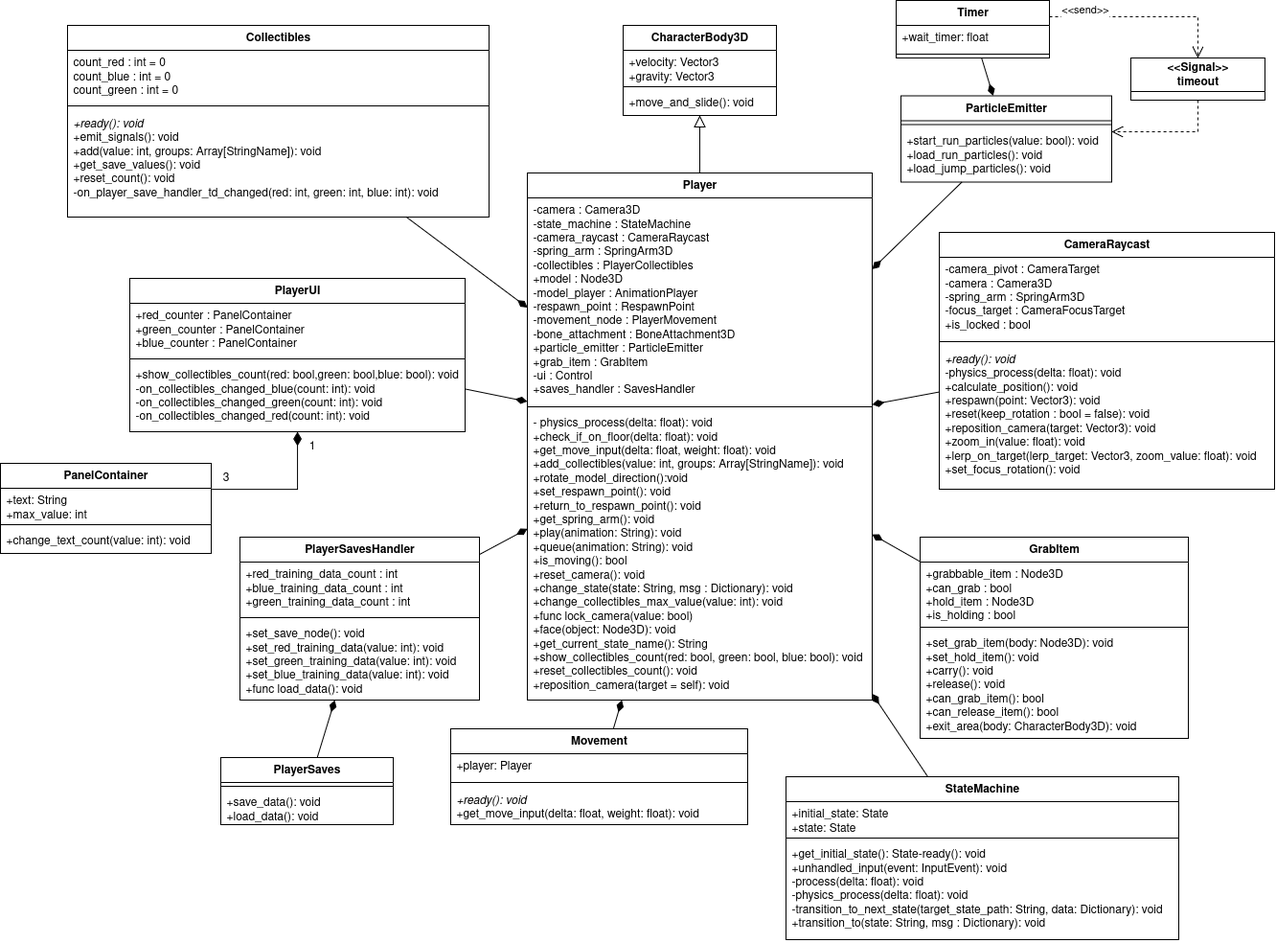
Above: Documentazione/source/imgs/class-player.png in fliposab/ProgettoStage (draw.io), before the change. Source tidied: cells renumbered, new cells last; positions are measured from the earlier drawing's top-left corner, leaving out a move shared by most shapes.
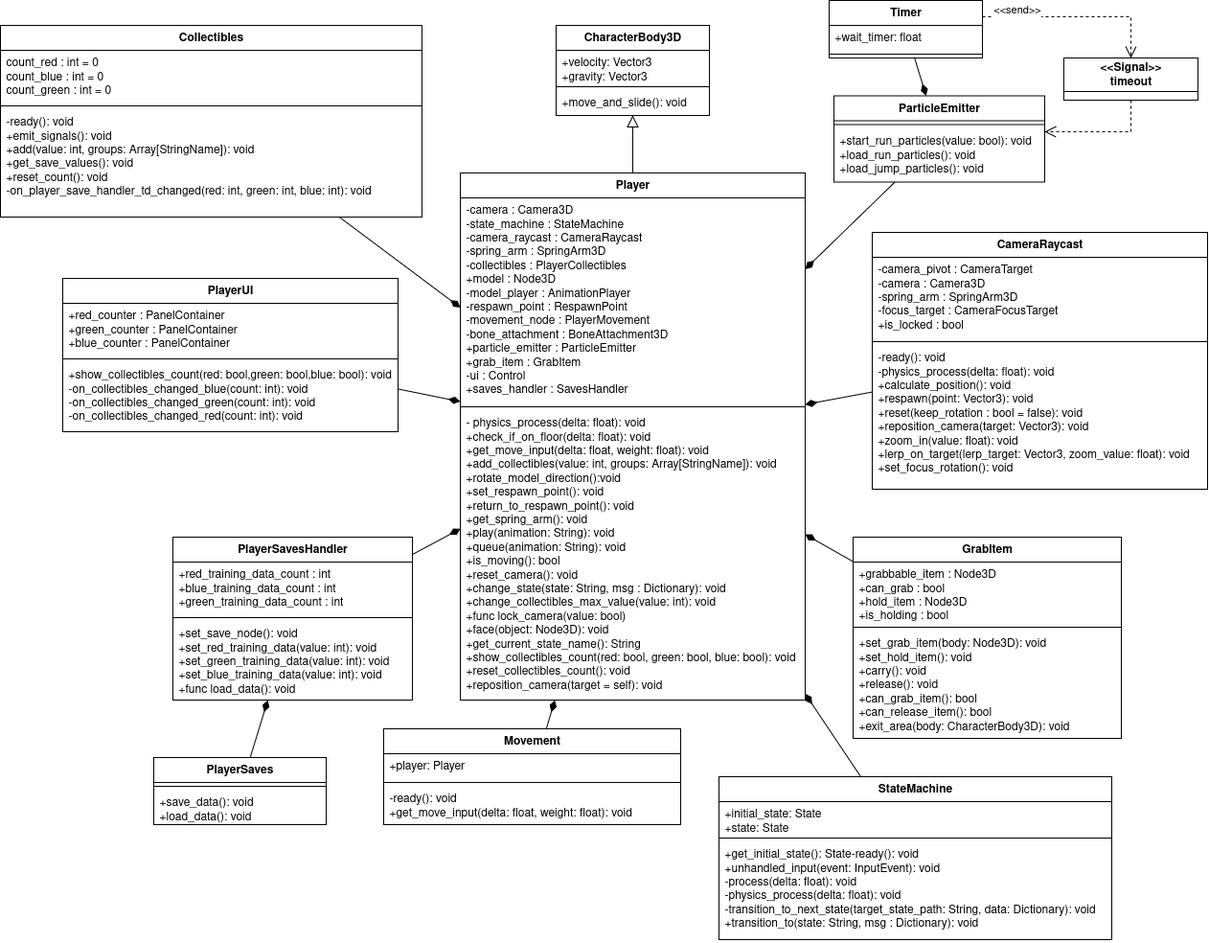
After the change.

Diff of the diagram source:
```diff
@@ -86,7 +86,7 @@
     <mxCell id="29" style="line;strokeWidth=1;fillColor=none;align=left;verticalAlign=middle;spacingTop=-1;spacingLeft=3;spacingRight=3;labelPosition=right;strokeColor=inherit;" parent="27" vertex="1">
       <mxGeometry y="110" width="350" height="8" as="geometry" />
     </mxCell>
-    <mxCell id="30" value="&lt;i&gt;+ready(): void&lt;/i&gt;&lt;br&gt;-physics_process(delta: float): void&lt;br&gt;+calculate_position(): void&lt;br&gt;+respawn(point: Vector3): void&lt;br&gt;&lt;div&gt;+reset(keep_rotation : bool = false): void&lt;/div&gt;&lt;div&gt;+reposition_camera(target: Vector3): void&lt;/div&gt;+zoom_in(value: float): void&lt;br&gt;+lerp_on_target(lerp_target: Vector3, zoom_value: float): void&lt;br&gt;+set_focus_rotation(): void" style="text;strokeColor=none;fillColor=none;align=left;verticalAlign=top;spacingLeft=4;spacingRight=4;overflow=hidden;whiteSpace=wrap;html=1;" parent="27" vertex="1">
+    <mxCell id="30" value="-ready(): void&lt;br&gt;-physics_process(delta: float): void&lt;br&gt;+calculate_position(): void&lt;br&gt;+respawn(point: Vector3): void&lt;br&gt;&lt;div&gt;+reset(keep_rotation : bool = false): void&lt;/div&gt;&lt;div&gt;+reposition_camera(target: Vector3): void&lt;/div&gt;+zoom_in(value: float): void&lt;br&gt;+lerp_on_target(lerp_target: Vector3, zoom_value: float): void&lt;br&gt;+set_focus_rotation(): void" style="text;strokeColor=none;fillColor=none;align=left;verticalAlign=top;spacingLeft=4;spacingRight=4;overflow=hidden;whiteSpace=wrap;html=1;" parent="27" vertex="1">
       <mxGeometry y="118" width="350" height="150" as="geometry" />
     </mxCell>
     <mxCell id="31" value="StateMachine" style="swimlane;fontStyle=1;align=center;verticalAlign=top;horizontal=1;startSize=26;whiteSpace=wrap;html=1;" parent="1" vertex="1">
@@ -110,7 +110,7 @@
     <mxCell id="37" style="line;strokeWidth=1;fillColor=none;align=left;verticalAlign=middle;spacingTop=-1;spacingLeft=3;spacingRight=3;labelPosition=right;strokeColor=inherit;" parent="35" vertex="1">
       <mxGeometry y="80" width="440" height="8" as="geometry" />
     </mxCell>
-    <mxCell id="38" value="&lt;i&gt;+ready(): void&lt;/i&gt;&lt;br&gt;+emit_signals(): void&lt;br&gt;+add(value: int, groups: Array[StringName]): void&lt;br&gt;+get_save_values(): void&lt;br&gt;+reset_count(): void&lt;br&gt;-on_player_save_handler_td_changed(red: int, green: int, blue: int): void" style="text;strokeColor=none;fillColor=none;align=left;verticalAlign=top;spacingLeft=4;spacingRight=4;overflow=hidden;whiteSpace=wrap;html=1;" parent="35" vertex="1">
+    <mxCell id="38" value="-ready(): void&lt;br&gt;+emit_signals(): void&lt;br&gt;+add(value: int, groups: Array[StringName]): void&lt;br&gt;+get_save_values(): void&lt;br&gt;+reset_count(): void&lt;br&gt;-on_player_save_handler_td_changed(red: int, green: int, blue: int): void" style="text;strokeColor=none;fillColor=none;align=left;verticalAlign=top;spacingLeft=4;spacingRight=4;overflow=hidden;whiteSpace=wrap;html=1;" parent="35" vertex="1">
       <mxGeometry y="88" width="440" height="112" as="geometry" />
     </mxCell>
     <mxCell id="39" value="Movement" style="swimlane;fontStyle=1;align=center;verticalAlign=top;horizontal=1;startSize=26;whiteSpace=wrap;html=1;" parent="1" vertex="1">
@@ -122,7 +122,7 @@
     <mxCell id="41" style="line;strokeWidth=1;fillColor=none;align=left;verticalAlign=middle;spacingTop=-1;spacingLeft=3;spacingRight=3;labelPosition=right;strokeColor=inherit;" parent="39" vertex="1">
       <mxGeometry y="52" width="310" height="8" as="geometry" />
     </mxCell>
-    <mxCell id="42" value="&lt;div&gt;&lt;i&gt;+ready(): void&lt;/i&gt;&lt;/div&gt;&lt;div&gt;+get_move_input(delta: float, weight: float): void&lt;/div&gt;" style="text;strokeColor=none;fillColor=none;align=left;verticalAlign=top;spacingLeft=4;spacingRight=4;overflow=hidden;whiteSpace=wrap;html=1;" parent="39" vertex="1">
+    <mxCell id="42" value="&lt;div&gt;-ready(): void&lt;/div&gt;&lt;div&gt;+get_move_input(delta: float, weight: float): void&lt;/div&gt;" style="text;strokeColor=none;fillColor=none;align=left;verticalAlign=top;spacingLeft=4;spacingRight=4;overflow=hidden;whiteSpace=wrap;html=1;" parent="39" vertex="1">
       <mxGeometry y="60" width="310" height="40" as="geometry" />
     </mxCell>
     <mxCell id="43" style="rounded=0;jettySize=auto;html=1;endArrow=diamondThin;endFill=1;endSize=10;" parent="1" edge="1" source="15" target="3">
@@ -158,64 +158,39 @@
     <mxCell id="53" value="+show_collectibles_count(red: bool,green: bool,blue: bool): void&lt;br&gt;-on_collectibles_changed_blue(count: int): void&lt;br&gt;-on_collectibles_changed_green(count: int): void&lt;br&gt;-on_collectibles_changed_red(count: int): void" style="text;strokeColor=none;fillColor=none;align=left;verticalAlign=top;spacingLeft=4;spacingRight=4;overflow=hidden;whiteSpace=wrap;html=1;" parent="50" vertex="1">
       <mxGeometry y="88" width="350" height="72" as="geometry" />
     </mxCell>
-    <mxCell id="54" style="edgeStyle=orthogonalEdgeStyle;rounded=0;jettySize=auto;html=1;endArrow=diamondThin;endFill=1;endSize=12;" parent="1" edge="1" source="55" target="50">
+    <mxCell id="54" style="edgeStyle=orthogonalEdgeStyle;rounded=0;jettySize=auto;html=1;dashed=1;endArrow=open;endFill=0;endSize=10;" parent="1" edge="1" source="56" target="59">
       <mxGeometry relative="1" as="geometry">
         <Array as="points">
-          <mxPoint x="310" y="510" />
+          <mxPoint x="1250" y="17" />
         </Array>
       </mxGeometry>
     </mxCell>
-    <mxCell id="55" value="PanelContainer" style="swimlane;fontStyle=1;align=center;verticalAlign=top;horizontal=1;startSize=26;whiteSpace=wrap;html=1;" parent="1" vertex="1">
-      <mxGeometry y="483" width="220" height="94" as="geometry" />
+    <mxCell id="55" value="&amp;lt;&amp;lt;send&amp;gt;&amp;gt;" style="edgeLabel;html=1;align=center;verticalAlign=middle;points=[];" parent="54" vertex="1">
+      <mxGeometry x="-0.23" y="-4" relative="1" as="geometry">
+        <mxPoint x="-40" y="-12" as="offset" />
+      </mxGeometry>
     </mxCell>
-    <mxCell id="56" value="&lt;div&gt;+text: String&lt;/div&gt;&lt;div&gt;+max_value: int&lt;/div&gt;" style="text;strokeColor=none;fillColor=none;align=left;verticalAlign=top;spacingLeft=4;spacingRight=4;overflow=hidden;points=[[0,0.5],[1,0.5]];portConstraint=eastwest;whiteSpace=wrap;html=1;" parent="55" vertex="1">
-      <mxGeometry y="26" width="220" height="34" as="geometry" />
+    <mxCell id="56" value="Timer" style="swimlane;fontStyle=1;align=center;verticalAlign=top;horizontal=1;startSize=26;whiteSpace=wrap;html=1;" parent="1" vertex="1">
+      <mxGeometry x="935" width="160" height="60" as="geometry" />
     </mxCell>
-    <mxCell id="57" style="line;strokeWidth=1;fillColor=none;align=left;verticalAlign=middle;spacingTop=-1;spacingLeft=3;spacingRight=3;labelPosition=right;strokeColor=inherit;" parent="55" vertex="1">
-      <mxGeometry y="60" width="220" height="8" as="geometry" />
+    <mxCell id="57" value="+wait_timer: float" style="text;strokeColor=none;fillColor=none;align=left;verticalAlign=top;spacingLeft=4;spacingRight=4;overflow=hidden;whiteSpace=wrap;html=1;" parent="56" vertex="1">
+      <mxGeometry y="26" width="160" height="26" as="geometry" />
     </mxCell>
-    <mxCell id="58" value="+change_text_count(value: int): void" style="text;strokeColor=none;fillColor=none;align=left;verticalAlign=top;spacingLeft=4;spacingRight=4;overflow=hidden;whiteSpace=wrap;html=1;" parent="55" vertex="1">
-      <mxGeometry y="68" width="220" height="26" as="geometry" />
+    <mxCell id="58" style="line;strokeWidth=1;fillColor=none;align=left;verticalAlign=middle;spacingTop=-1;spacingLeft=3;spacingRight=3;labelPosition=right;strokeColor=inherit;" parent="56" vertex="1">
+      <mxGeometry y="52" width="160" height="8" as="geometry" />
     </mxCell>
-    <mxCell id="59" style="edgeStyle=orthogonalEdgeStyle;rounded=0;jettySize=auto;html=1;dashed=1;endArrow=open;endFill=0;endSize=10;" parent="1" edge="1" source="61" target="64">
-      <mxGeometry relative="1" as="geometry">
-        <Array as="points">
-          <mxPoint x="1250" y="17" />
-        </Array>
-      </mxGeometry>
+    <mxCell id="59" value="&lt;div&gt;&lt;b&gt;&amp;lt;&amp;lt;Signal&amp;gt;&amp;gt;&lt;/b&gt;&lt;/div&gt;&lt;div&gt;&lt;b&gt;timeout&lt;/b&gt;&lt;/div&gt;" style="swimlane;fontStyle=0;horizontal=1;startSize=35;fillColor=none;whiteSpace=wrap;html=1;" parent="1" vertex="1">
+      <mxGeometry x="1180" y="60" width="140" height="44" as="geometry" />
     </mxCell>
-    <mxCell id="60" value="&amp;lt;&amp;lt;send&amp;gt;&amp;gt;" style="edgeLabel;html=1;align=center;verticalAlign=middle;" parent="59" vertex="1">
-      <mxGeometry x="-0.23" y="-4" relative="1" as="geometry">
-        <mxPoint x="-40" y="-12" as="offset" />
+    <mxCell id="60" style="edgeStyle=orthogonalEdgeStyle;rounded=0;jettySize=auto;html=1;dashed=1;endArrow=open;endFill=0;endSize=10;" parent="1" edge="1" source="59" target="12">
+      <mxGeometry relative="1" as="geometry">
+        <Array as="points">
+          <mxPoint x="1250" y="137" />
+        </Array>
       </mxGeometry>
     </mxCell>
-    <mxCell id="61" value="Timer" style="swimlane;fontStyle=1;align=center;verticalAlign=top;horizontal=1;startSize=26;whiteSpace=wrap;html=1;" parent="1" vertex="1">
-      <mxGeometry x="935" width="160" height="60" as="geometry" />
+    <mxCell id="61" style="rounded=0;jettySize=auto;html=1;endArrow=diamondThin;endFill=1;endSize=10;" parent="1" edge="1" source="56" target="12">
+      <mxGeometry relative="1" as="geometry" />
     </mxCell>
-    <mxCell id="62" value="+wait_timer: float" style="text;strokeColor=none;fillColor=none;align=left;verticalAlign=top;spacingLeft=4;spacingRight=4;overflow=hidden;whiteSpace=wrap;html=1;" parent="61" vertex="1">
-      <mxGeometry y="26" width="160" height="26" as="geometry" />
-    </mxCell>
-    <mxCell id="63" style="line;strokeWidth=1;fillColor=none;align=left;verticalAlign=middle;spacingTop=-1;spacingLeft=3;spacingRight=3;labelPosition=right;strokeColor=inherit;" parent="61" vertex="1">
-      <mxGeometry y="52" width="160" height="8" as="geometry" />
-    </mxCell>
-    <mxCell id="64" value="&lt;div&gt;&lt;b&gt;&amp;lt;&amp;lt;Signal&amp;gt;&amp;gt;&lt;/b&gt;&lt;/div&gt;&lt;div&gt;&lt;b&gt;timeout&lt;/b&gt;&lt;/div&gt;" style="swimlane;fontStyle=0;horizontal=1;startSize=35;fillColor=none;whiteSpace=wrap;html=1;" parent="1" vertex="1">
-      <mxGeometry x="1180" y="60" width="140" height="44" as="geometry" />
-    </mxCell>
-    <mxCell id="65" style="edgeStyle=orthogonalEdgeStyle;rounded=0;jettySize=auto;html=1;dashed=1;endArrow=open;endFill=0;endSize=10;" parent="1" edge="1" source="64" target="12">
-      <mxGeometry relative="1" as="geometry">
-        <Array as="points">
-          <mxPoint x="1250" y="137" />
-        </Array>
-      </mxGeometry>
-    </mxCell>
-    <mxCell id="66" style="rounded=0;jettySize=auto;html=1;endArrow=diamondThin;endFill=1;endSize=10;" parent="1" edge="1" source="61" target="12">
-      <mxGeometry relative="1" as="geometry" />
-    </mxCell>
-    <mxCell id="67" value="3" style="text;html=1;align=center;verticalAlign=middle;strokeColor=none;fillColor=none;" parent="1" vertex="1">
-      <mxGeometry x="220" y="483" width="30" height="30" as="geometry" />
-    </mxCell>
-    <mxCell id="68" value="1" style="text;html=1;align=center;verticalAlign=middle;strokeColor=none;fillColor=none;" parent="1" vertex="1">
-      <mxGeometry x="310" y="450" width="30" height="30" as="geometry" />
-    </mxCell>
   </root>
 </mxGraphModel>
```
